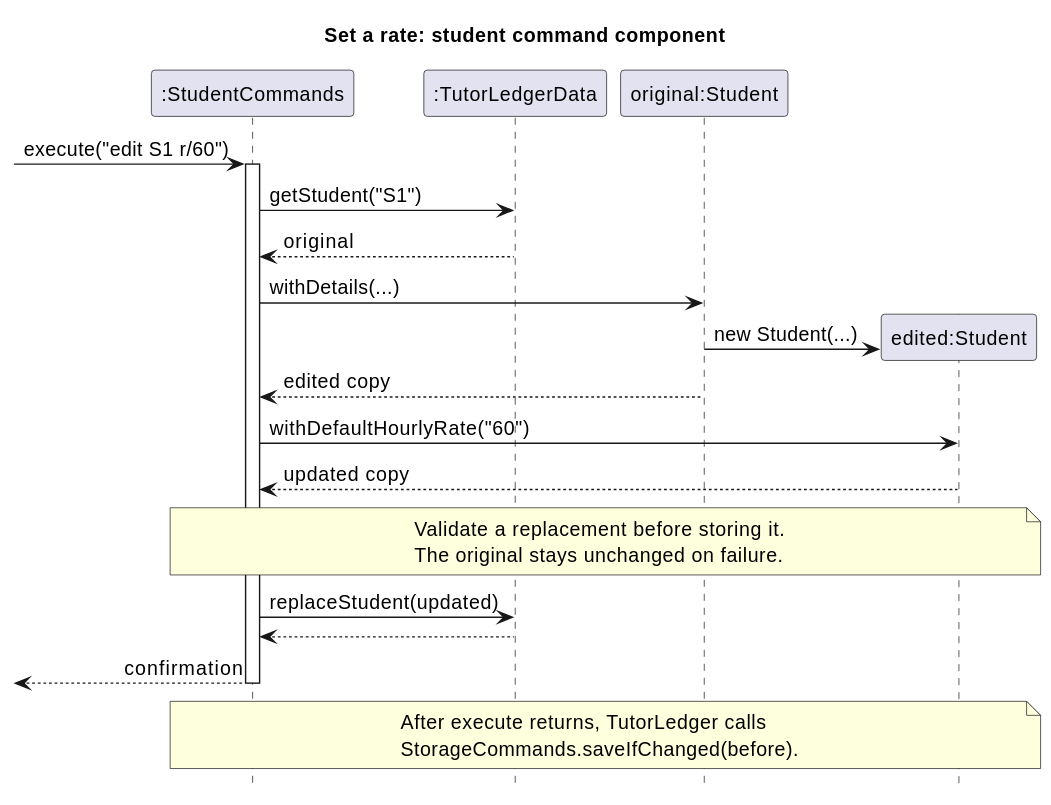
AY2627S1-CS2113-W12-2/tp keeps this PlantUML diagram as docs/diagrams/hourly-rate-edit-sequence.svg. Above is the earlier version.
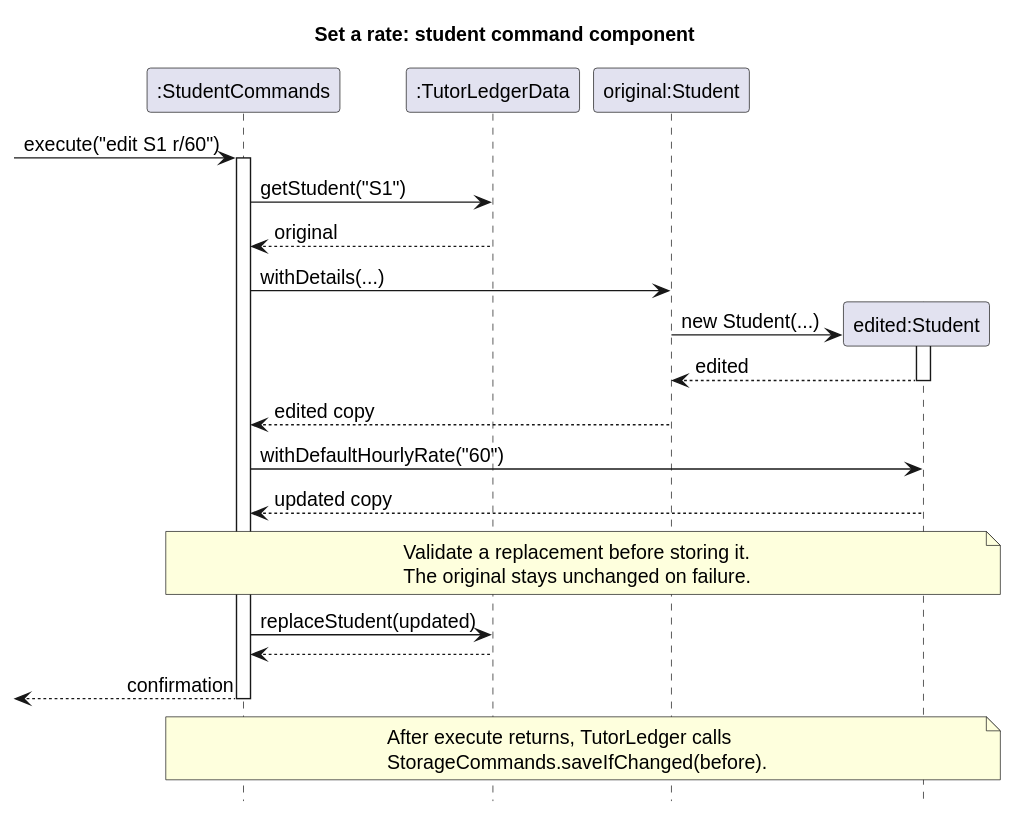
After the commit.

Commit message:
DG: Add return arrows to constructor calls in hourly-rate diagrams

The edit, as a diff of the source:
```diff
@@ -17,6 +17,9 @@
 Commands -> Original : withDetails(...)
 create Edited
 Original -> Edited : new Student(...)
+activate Edited
+Edited --> Original : edited
+deactivate Edited
 Original --> Commands : edited copy
 Commands -> Edited : withDefaultHourlyRate("60")
 Edited --> Commands : updated copy
```
